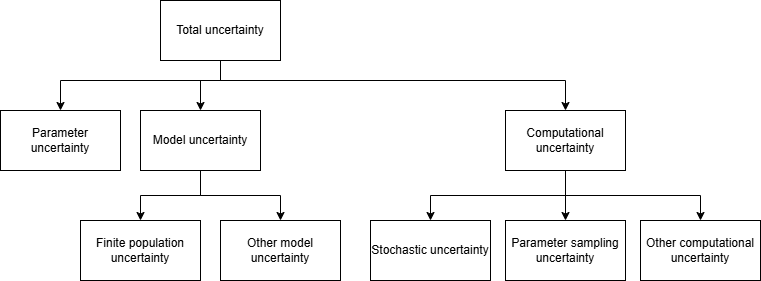
Above: docs/source/model_design/designing_vivarium_model/uncertainty/uncertainty_types.drawio.png in ihmeuw/vivarium_research (draw.io), before the change. Source tidied: cells renumbered, new cells last; positions are measured from the earlier drawing's top-left corner, leaving out a move shared by most shapes. Source of this version:
```xml
<mxGraphModel>
  <root>
    <mxCell id="0" />
    <mxCell id="1" parent="0" />
    <mxCell id="2" style="edgeStyle=orthogonalEdgeStyle;html=1;rounded=0;curved=0;" parent="1" edge="1" source="5" target="6">
      <mxGeometry relative="1" as="geometry">
        <Array as="points">
          <mxPoint x="220" y="80" />
          <mxPoint x="60" y="80" />
        </Array>
      </mxGeometry>
    </mxCell>
    <mxCell id="3" style="edgeStyle=orthogonalEdgeStyle;html=1;rounded=0;curved=0;entryX=0.5;entryY=0;entryDx=0;entryDy=0;" parent="1" edge="1" source="5" target="10">
      <mxGeometry relative="1" as="geometry">
        <Array as="points">
          <mxPoint x="220" y="80" />
          <mxPoint x="565" y="80" />
        </Array>
      </mxGeometry>
    </mxCell>
    <mxCell id="4" style="edgeStyle=orthogonalEdgeStyle;html=1;rounded=0;curved=0;" parent="1" edge="1" source="5" target="13">
      <mxGeometry relative="1" as="geometry">
        <Array as="points">
          <mxPoint x="220" y="80" />
          <mxPoint x="200" y="80" />
        </Array>
      </mxGeometry>
    </mxCell>
    <mxCell id="5" value="&lt;span style=&quot;color: rgb(0, 0, 0);&quot;&gt;Total uncertainty&lt;/span&gt;" style="rounded=0;whiteSpace=wrap;html=1;" parent="1" vertex="1">
      <mxGeometry x="160" width="120" height="60" as="geometry" />
    </mxCell>
    <mxCell id="6" value="Parameter uncertainty" style="rounded=0;whiteSpace=wrap;html=1;" parent="1" vertex="1">
      <mxGeometry y="110" width="120" height="60" as="geometry" />
    </mxCell>
    <mxCell id="7" style="edgeStyle=orthogonalEdgeStyle;html=1;rounded=0;curved=0;exitX=0.5;exitY=1;exitDx=0;exitDy=0;" parent="1" edge="1" source="10" target="16">
      <mxGeometry relative="1" as="geometry" />
    </mxCell>
    <mxCell id="8" style="edgeStyle=orthogonalEdgeStyle;html=1;rounded=0;exitX=0.5;exitY=1;exitDx=0;exitDy=0;" parent="1" edge="1" source="10" target="17">
      <mxGeometry relative="1" as="geometry" />
    </mxCell>
    <mxCell id="9" style="edgeStyle=orthogonalEdgeStyle;html=1;rounded=0;" parent="1" edge="1" source="10" target="18">
      <mxGeometry relative="1" as="geometry" />
    </mxCell>
    <mxCell id="10" value="Computational uncertainty" style="rounded=0;whiteSpace=wrap;html=1;" parent="1" vertex="1">
      <mxGeometry x="505" y="110" width="120" height="60" as="geometry" />
    </mxCell>
    <mxCell id="11" style="edgeStyle=orthogonalEdgeStyle;html=1;rounded=0;curved=0;" parent="1" edge="1" source="13" target="14">
      <mxGeometry relative="1" as="geometry" />
    </mxCell>
    <mxCell id="12" style="edgeStyle=orthogonalEdgeStyle;html=1;rounded=0;curved=0;" parent="1" edge="1" source="13" target="15">
      <mxGeometry relative="1" as="geometry" />
    </mxCell>
    <mxCell id="13" value="Model uncertainty" style="rounded=0;whiteSpace=wrap;html=1;" parent="1" vertex="1">
      <mxGeometry x="140" y="110" width="120" height="60" as="geometry" />
    </mxCell>
    <mxCell id="14" value="Finite population uncertainty" style="rounded=0;whiteSpace=wrap;html=1;" parent="1" vertex="1">
      <mxGeometry x="80" y="220" width="120" height="60" as="geometry" />
    </mxCell>
    <mxCell id="15" value="Other model uncertainty" style="rounded=0;whiteSpace=wrap;html=1;" parent="1" vertex="1">
      <mxGeometry x="220" y="220" width="120" height="60" as="geometry" />
    </mxCell>
    <mxCell id="16" value="Stochastic uncertainty" style="rounded=0;whiteSpace=wrap;html=1;" parent="1" vertex="1">
      <mxGeometry x="370" y="220" width="120" height="60" as="geometry" />
    </mxCell>
    <mxCell id="17" value="Other computational uncertainty" style="rounded=0;whiteSpace=wrap;html=1;" parent="1" vertex="1">
      <mxGeometry x="640" y="220" width="120" height="60" as="geometry" />
    </mxCell>
    <mxCell id="18" value="Parameter sampling uncertainty" style="rounded=0;whiteSpace=wrap;html=1;" parent="1" vertex="1">
      <mxGeometry x="505" y="220" width="120" height="60" as="geometry" />
    </mxCell>
  </root>
</mxGraphModel>
```
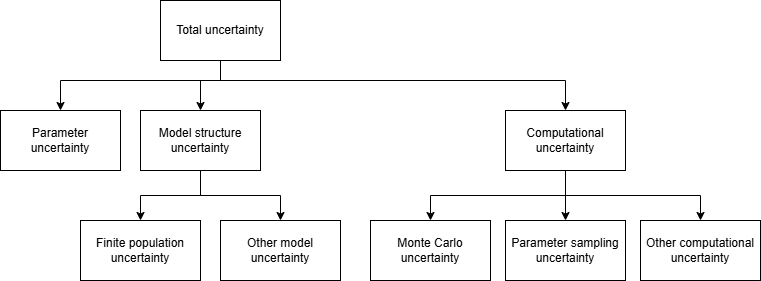
Above is the later version.

The edit, as a diff of the source:
```diff
@@ -50,7 +50,7 @@
     <mxCell id="12" style="edgeStyle=orthogonalEdgeStyle;html=1;rounded=0;curved=0;" parent="1" edge="1" source="13" target="15">
       <mxGeometry relative="1" as="geometry" />
     </mxCell>
-    <mxCell id="13" value="Model uncertainty" style="rounded=0;whiteSpace=wrap;html=1;" parent="1" vertex="1">
+    <mxCell id="13" value="Model structure uncertainty" style="rounded=0;whiteSpace=wrap;html=1;" parent="1" vertex="1">
       <mxGeometry x="140" y="110" width="120" height="60" as="geometry" />
     </mxCell>
     <mxCell id="14" value="Finite population uncertainty" style="rounded=0;whiteSpace=wrap;html=1;" parent="1" vertex="1">
@@ -59,7 +59,7 @@
     <mxCell id="15" value="Other model uncertainty" style="rounded=0;whiteSpace=wrap;html=1;" parent="1" vertex="1">
       <mxGeometry x="220" y="220" width="120" height="60" as="geometry" />
     </mxCell>
-    <mxCell id="16" value="Stochastic uncertainty" style="rounded=0;whiteSpace=wrap;html=1;" parent="1" vertex="1">
+    <mxCell id="16" value="Monte Carlo uncertainty" style="rounded=0;whiteSpace=wrap;html=1;" parent="1" vertex="1">
       <mxGeometry x="370" y="220" width="120" height="60" as="geometry" />
     </mxCell>
     <mxCell id="17" value="Other computational uncertainty" style="rounded=0;whiteSpace=wrap;html=1;" parent="1" vertex="1">
```
